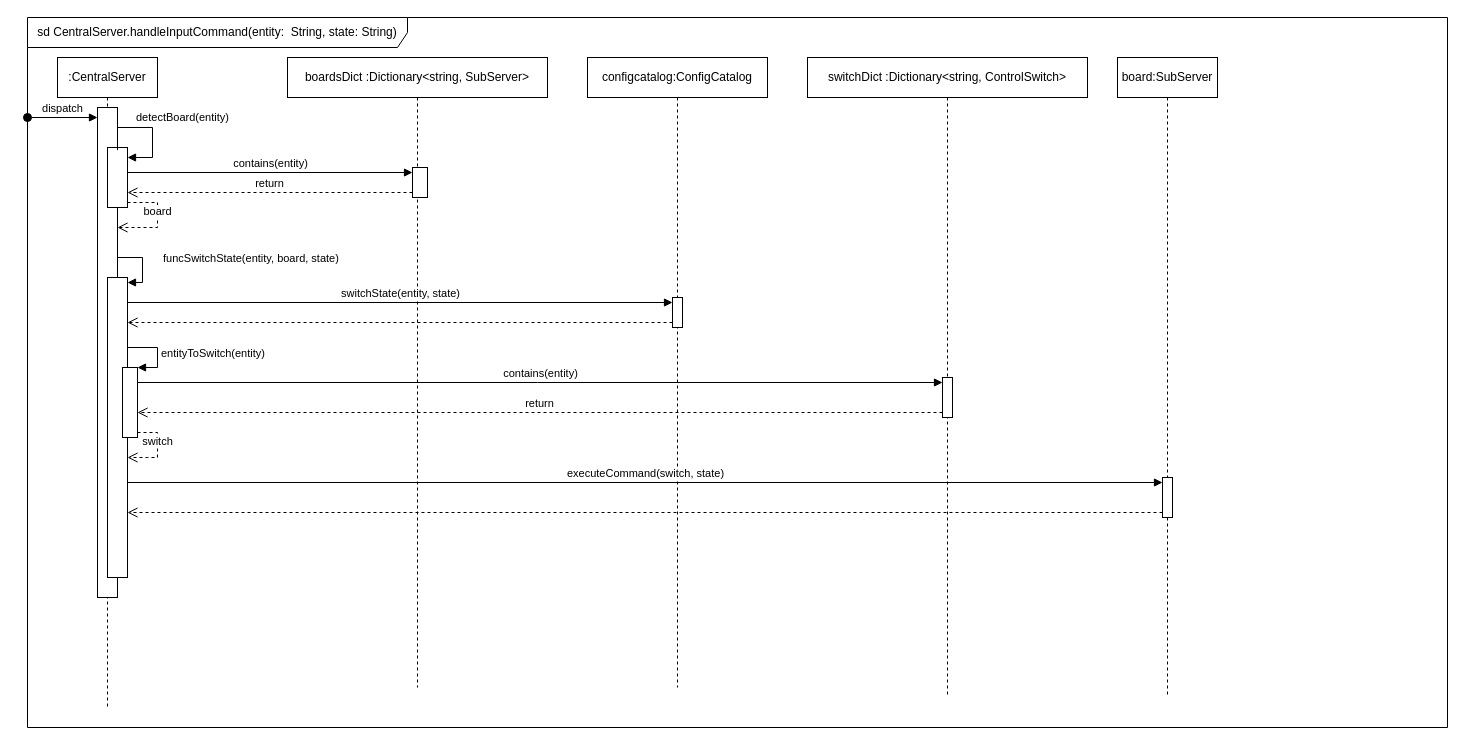
This is LAB2/diagramPosl.drawio from tireks/OOAP, a draw.io file, before an edit. Source tidied: cells renumbered, new cells numbered last; positions are measured from the earlier drawing's top-left corner, leaving out a move shared by most shapes. Both pictures are drawn from the tidied source at 100%, with x=0, y=0 at pixel (27, 17).
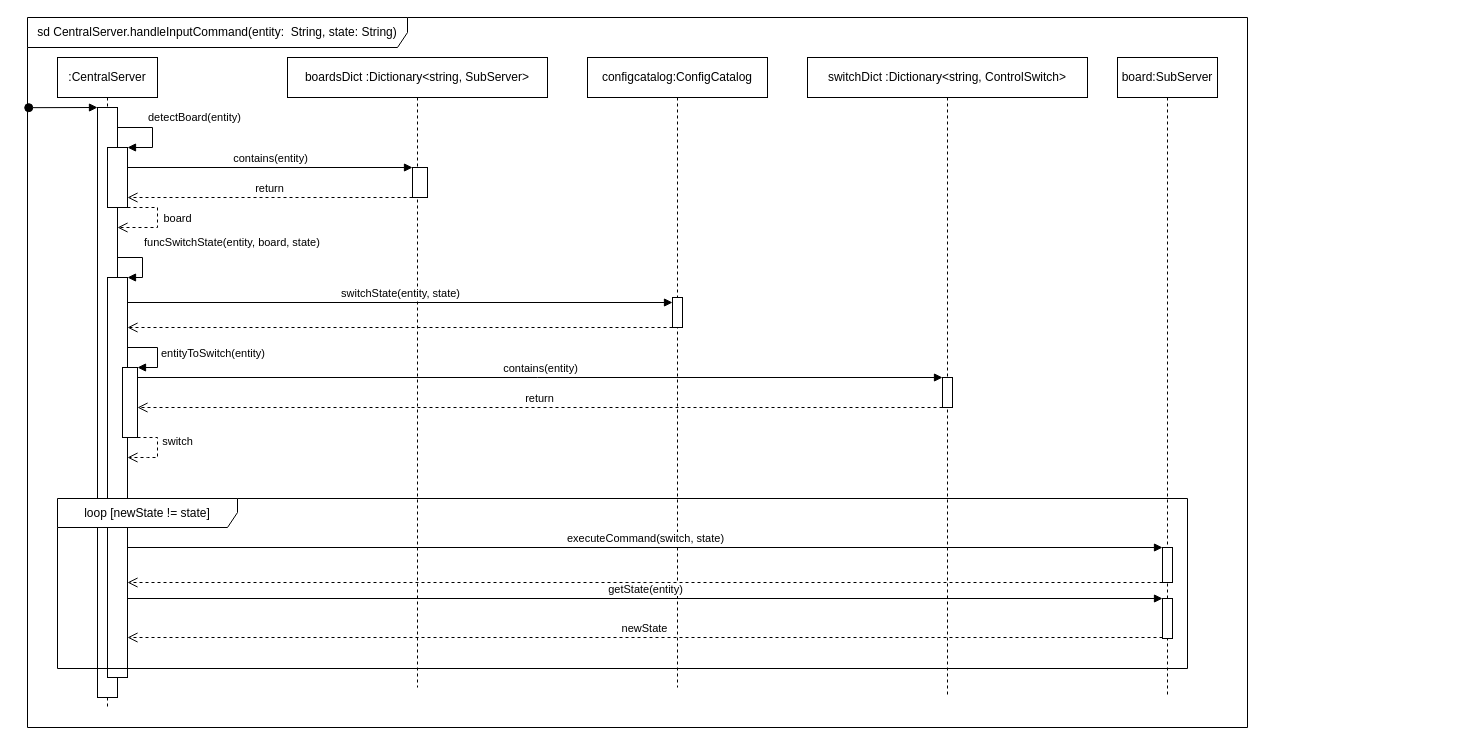
Above is the later version.

The change refers to these unchanged cells:
```xml
<mxCell id="2" value=":CentralServer" style="shape=umlLifeline;perimeter=lifelinePerimeter;whiteSpace=wrap;html=1;newEdgeStyle={&quot;curved&quot;:0,&quot;rounded&quot;:0};" parent="1" vertex="1">
  <mxGeometry x="30" y="40" width="100" height="650" as="geometry" />
</mxCell>
<mxCell id="4" style="html=1;points=[[0,0,0,0,5],[0,1,0,0,-5],[1,0,0,0,5],[1,1,0,0,-5]];perimeter=orthogonalPerimeter;outlineConnect=0;targetShapes=umlLifeline;portConstraint=eastwest;newEdgeStyle={&quot;curved&quot;:0,&quot;rounded&quot;:0};" parent="2" vertex="1">
  <mxGeometry x="50" y="90" width="20" height="60" as="geometry" />
</mxCell>
<mxCell id="12" style="html=1;points=[[0,0,0,0,5],[0,1,0,0,-5],[1,0,0,0,5],[1,1,0,0,-5]];perimeter=orthogonalPerimeter;outlineConnect=0;targetShapes=umlLifeline;portConstraint=eastwest;newEdgeStyle={&quot;curved&quot;:0,&quot;rounded&quot;:0};" parent="11" vertex="1">
  <mxGeometry x="125" y="110" width="15" height="30" as="geometry" />
</mxCell>
<mxCell id="16" style="html=1;points=[[0,0,0,0,5],[0,1,0,0,-5],[1,0,0,0,5],[1,1,0,0,-5]];perimeter=orthogonalPerimeter;outlineConnect=0;targetShapes=umlLifeline;portConstraint=eastwest;newEdgeStyle={&quot;curved&quot;:0,&quot;rounded&quot;:0};" parent="15" vertex="1">
  <mxGeometry x="85" y="240" width="10" height="30" as="geometry" />
</mxCell>
<mxCell id="19" value="switchDict :Dictionary&amp;lt;string, ControlSwitch&amp;gt;" style="shape=umlLifeline;perimeter=lifelinePerimeter;whiteSpace=wrap;html=1;newEdgeStyle={&quot;curved&quot;:0,&quot;rounded&quot;:0};" parent="1" vertex="1">
  <mxGeometry x="780" y="40" width="280" height="640" as="geometry" />
</mxCell>
<mxCell id="23" style="html=1;points=[[0,0,0,0,5],[0,1,0,0,-5],[1,0,0,0,5],[1,1,0,0,-5]];perimeter=orthogonalPerimeter;outlineConnect=0;targetShapes=umlLifeline;portConstraint=eastwest;newEdgeStyle={&quot;curved&quot;:0,&quot;rounded&quot;:0};" parent="1" vertex="1">
  <mxGeometry x="95" y="350" width="15" height="70" as="geometry" />
</mxCell>
<mxCell id="26" value="board:SubServer" style="shape=umlLifeline;perimeter=lifelinePerimeter;whiteSpace=wrap;html=1;newEdgeStyle={&quot;curved&quot;:0,&quot;rounded&quot;:0};" parent="1" vertex="1">
  <mxGeometry x="1090" y="40" width="100" height="640" as="geometry" />
</mxCell>
```

Change to the diagram source:
```diff
@@
     <mxCell id="3" style="html=1;points=[[0,0,0,0,5],[0,1,0,0,-5],[1,0,0,0,5],[1,1,0,0,-5]];perimeter=orthogonalPerimeter;outlineConnect=0;targetShapes=umlLifeline;portConstraint=eastwest;newEdgeStyle={&quot;curved&quot;:0,&quot;rounded&quot;:0};" parent="2" vertex="1">
-      <mxGeometry x="40" y="50" width="20" height="490" as="geometry" />
+      <mxGeometry x="40" y="50" width="20" height="590" as="geometry" />
     </mxCell>
@@
-    <mxCell id="5" value="detectBoard(entity)" style="html=1;align=left;spacingLeft=2;endArrow=block;rounded=0;edgeStyle=orthogonalEdgeStyle;curved=0;rounded=0;exitX=1;exitY=0.087;exitDx=0;exitDy=0;exitPerimeter=0;" parent="2" edge="1" source="3" target="4">
+    <mxCell id="5" value="detectBoard(entity)" style="html=1;align=left;spacingLeft=2;endArrow=block;rounded=0;edgeStyle=orthogonalEdgeStyle;curved=0;rounded=0;" parent="2" edge="1" source="3" target="4">
       <mxGeometry x="-0.33" y="10" relative="1" as="geometry">
         <Array as="points">
           <mxPoint x="95" y="70" />
-          <mxPoint x="95" y="100" />
+          <mxPoint x="95" y="90" />
         </Array>
       </mxGeometry>
     </mxCell>
-    <mxCell id="6" value="board" style="html=1;verticalAlign=bottom;endArrow=open;dashed=1;endSize=8;curved=0;rounded=0;exitX=1;exitY=1;exitDx=0;exitDy=-5;exitPerimeter=0;" parent="2" edge="1" source="4" target="3">
-      <mxGeometry relative="1" as="geometry">
+    <mxCell id="6" value="board" style="html=1;verticalAlign=bottom;endArrow=open;dashed=1;endSize=8;curved=0;rounded=0;" parent="2" edge="1" target="3">
+      <mxGeometry x="0.11" y="-20" relative="1" as="geometry">
+        <mxPoint x="70" y="150" as="sourcePoint" />
         <Array as="points">
-          <mxPoint x="100" y="145" />
+          <mxPoint x="80" y="150" />
+          <mxPoint x="100" y="150" />
           <mxPoint x="100" y="160" />
           <mxPoint x="100" y="170" />
         </Array>
+        <mxPoint x="20" y="20" as="offset" />
       </mxGeometry>
     </mxCell>
     <mxCell id="7" style="html=1;points=[[0,0,0,0,5],[0,1,0,0,-5],[1,0,0,0,5],[1,1,0,0,-5]];perimeter=orthogonalPerimeter;outlineConnect=0;targetShapes=umlLifeline;portConstraint=eastwest;newEdgeStyle={&quot;curved&quot;:0,&quot;rounded&quot;:0};" parent="2" vertex="1">
-      <mxGeometry x="50" y="220" width="20" height="300" as="geometry" />
+      <mxGeometry x="50" y="220" width="20" height="400" as="geometry" />
     </mxCell>
-    <mxCell id="8" value="funcSwitchState(entity, board, state)" style="html=1;align=left;spacingLeft=2;endArrow=block;rounded=0;edgeStyle=orthogonalEdgeStyle;curved=0;rounded=0;entryX=1;entryY=0;entryDx=0;entryDy=5;entryPerimeter=0;" parent="2" edge="1" source="3" target="7">
-      <mxGeometry x="-0.23" y="11" relative="1" as="geometry">
+    <mxCell id="8" value="funcSwitchState(entity, board, state)" style="html=1;align=left;spacingLeft=2;endArrow=block;rounded=0;edgeStyle=orthogonalEdgeStyle;curved=0;rounded=0;" parent="2" edge="1" source="3">
+      <mxGeometry x="-0.23" y="15" relative="1" as="geometry">
+        <mxPoint x="70" y="220" as="targetPoint" />
         <Array as="points">
           <mxPoint x="85" y="200" />
-          <mxPoint x="85" y="225" />
+          <mxPoint x="85" y="220" />
+          <mxPoint x="70" y="220" />
         </Array>
-        <mxPoint x="6" y="1" as="offset" />
       </mxGeometry>
     </mxCell>
-    <mxCell id="9" value="dispatch" style="html=1;verticalAlign=bottom;startArrow=oval;startFill=1;endArrow=block;startSize=8;curved=0;rounded=0;entryX=0;entryY=0;entryDx=0;entryDy=5;entryPerimeter=0;" parent="1" edge="1">
+    <mxCell id="9" style="html=1;verticalAlign=bottom;startArrow=oval;startFill=1;endArrow=block;startSize=8;curved=0;rounded=0;exitX=0.001;exitY=0.127;exitDx=0;exitDy=0;exitPerimeter=0;" parent="1" edge="1" source="10">
       <mxGeometry relative="1" as="geometry">
-        <mxPoint y="100" as="sourcePoint" />
-        <mxPoint x="70" y="100" as="targetPoint" />
+        <mxPoint x="70" y="90" as="targetPoint" />
       </mxGeometry>
     </mxCell>
     <mxCell id="10" value="sd CentralServer.handleInputCommand(entity:&amp;nbsp; String, state: String)" style="shape=umlFrame;whiteSpace=wrap;html=1;width=380;height=30;" parent="1" vertex="1">
-      <mxGeometry width="1420" height="710" as="geometry" />
+      <mxGeometry width="1220" height="710" as="geometry" />
     </mxCell>
@@
-    <mxCell id="13" value="return" style="html=1;verticalAlign=bottom;endArrow=open;dashed=1;endSize=8;curved=0;rounded=0;exitX=0;exitY=1;exitDx=0;exitDy=-5;" parent="1" edge="1" source="12" target="4">
-      <mxGeometry relative="1" as="geometry" />
+    <mxCell id="13" value="return" style="html=1;verticalAlign=bottom;endArrow=open;dashed=1;endSize=8;curved=0;rounded=0;" parent="1" edge="1">
+      <mxGeometry relative="1" as="geometry">
+        <mxPoint x="385" y="180" as="sourcePoint" />
+        <mxPoint x="100" y="180" as="targetPoint" />
+      </mxGeometry>
     </mxCell>
-    <mxCell id="14" value="contains(entity)" style="html=1;verticalAlign=bottom;endArrow=block;curved=0;rounded=0;entryX=0;entryY=0;entryDx=0;entryDy=5;" parent="1" edge="1" source="4" target="12">
-      <mxGeometry relative="1" as="geometry" />
+    <mxCell id="14" value="contains(entity)" style="html=1;verticalAlign=bottom;endArrow=block;curved=0;rounded=0;" parent="1" edge="1">
+      <mxGeometry relative="1" as="geometry">
+        <mxPoint x="100" y="150" as="sourcePoint" />
+        <mxPoint x="385" y="150" as="targetPoint" />
+      </mxGeometry>
     </mxCell>
@@
-    <mxCell id="18" style="html=1;verticalAlign=bottom;endArrow=open;dashed=1;endSize=8;curved=0;rounded=0;exitX=0;exitY=1;exitDx=0;exitDy=-5;" parent="1" edge="1" source="16" target="7">
-      <mxGeometry relative="1" as="geometry" />
+    <mxCell id="18" style="html=1;verticalAlign=bottom;endArrow=open;dashed=1;endSize=8;curved=0;rounded=0;" parent="1" edge="1">
+      <mxGeometry relative="1" as="geometry">
+        <mxPoint x="645" y="310" as="sourcePoint" />
+        <mxPoint x="100" y="310" as="targetPoint" />
+      </mxGeometry>
     </mxCell>
@@
     <mxCell id="20" style="html=1;points=[[0,0,0,0,5],[0,1,0,0,-5],[1,0,0,0,5],[1,1,0,0,-5]];perimeter=orthogonalPerimeter;outlineConnect=0;targetShapes=umlLifeline;portConstraint=eastwest;newEdgeStyle={&quot;curved&quot;:0,&quot;rounded&quot;:0};" parent="19" vertex="1">
-      <mxGeometry x="135" y="320" width="10" height="40" as="geometry" />
+      <mxGeometry x="135" y="320" width="10" height="30" as="geometry" />
     </mxCell>
-    <mxCell id="21" value="contains(entity)" style="html=1;verticalAlign=bottom;endArrow=block;curved=0;rounded=0;entryX=0;entryY=0;entryDx=0;entryDy=5;entryPerimeter=0;" parent="1" edge="1" source="23" target="20">
+    <mxCell id="21" value="contains(entity)" style="html=1;verticalAlign=bottom;endArrow=block;curved=0;rounded=0;entryX=0;entryY=0;entryDx=0;entryDy=0;entryPerimeter=0;" parent="1" edge="1" source="23" target="20">
       <mxGeometry relative="1" as="geometry">
         <Array as="points">
-          <mxPoint x="510" y="365" />
+          <mxPoint x="510" y="360" />
         </Array>
       </mxGeometry>
     </mxCell>
-    <mxCell id="22" value="return" style="html=1;verticalAlign=bottom;endArrow=open;dashed=1;endSize=8;curved=0;rounded=0;exitX=0;exitY=1;exitDx=0;exitDy=-5;" parent="1" edge="1" source="20" target="23">
-      <mxGeometry relative="1" as="geometry" />
+    <mxCell id="22" value="return" style="html=1;verticalAlign=bottom;endArrow=open;dashed=1;endSize=8;curved=0;rounded=0;" parent="1" edge="1">
+      <mxGeometry relative="1" as="geometry">
+        <mxPoint x="915" y="390" as="sourcePoint" />
+        <mxPoint x="110" y="390" as="targetPoint" />
+      </mxGeometry>
     </mxCell>
@@
-    <mxCell id="25" value="switch" style="html=1;verticalAlign=bottom;endArrow=open;dashed=1;endSize=8;curved=0;rounded=0;exitX=1;exitY=1;exitDx=0;exitDy=-5;exitPerimeter=0;" parent="1" edge="1" source="23" target="7">
-      <mxGeometry relative="1" as="geometry">
+    <mxCell id="25" value="switch" style="html=1;verticalAlign=bottom;endArrow=open;dashed=1;endSize=8;curved=0;rounded=0;" parent="1" edge="1" source="23" target="7">
+      <mxGeometry x="-0.07" y="20" relative="1" as="geometry">
         <Array as="points">
-          <mxPoint x="130" y="415" />
+          <mxPoint x="120" y="420" />
+          <mxPoint x="130" y="420" />
           <mxPoint x="130" y="440" />
           <mxPoint x="120" y="440" />
         </Array>
       </mxGeometry>
     </mxCell>
@@
     <mxCell id="27" style="html=1;points=[[0,0,0,0,5],[0,1,0,0,-5],[1,0,0,0,5],[1,1,0,0,-5]];perimeter=orthogonalPerimeter;outlineConnect=0;targetShapes=umlLifeline;portConstraint=eastwest;newEdgeStyle={&quot;curved&quot;:0,&quot;rounded&quot;:0};" parent="26" vertex="1">
-      <mxGeometry x="45" y="420" width="10" height="40" as="geometry" />
+      <mxGeometry x="45" y="490" width="10" height="35" as="geometry" />
     </mxCell>
+    <mxCell id="30" style="html=1;points=[[0,0,0,0,5],[0,1,0,0,-5],[1,0,0,0,5],[1,1,0,0,-5]];perimeter=orthogonalPerimeter;outlineConnect=0;targetShapes=umlLifeline;portConstraint=eastwest;newEdgeStyle={&quot;curved&quot;:0,&quot;rounded&quot;:0};" parent="26" vertex="1">
+      <mxGeometry x="45" y="541" width="10" height="40" as="geometry" />
+    </mxCell>
-    <mxCell id="28" style="html=1;verticalAlign=bottom;endArrow=open;dashed=1;endSize=8;curved=0;rounded=0;exitX=0;exitY=1;exitDx=0;exitDy=-5;" parent="1" edge="1" source="27" target="7">
-      <mxGeometry relative="1" as="geometry" />
+    <mxCell id="28" style="html=1;verticalAlign=bottom;endArrow=open;dashed=1;endSize=8;curved=0;rounded=0;" parent="1" edge="1">
+      <mxGeometry relative="1" as="geometry">
+        <mxPoint x="1135" y="565" as="sourcePoint" />
+        <mxPoint x="100" y="565" as="targetPoint" />
+      </mxGeometry>
     </mxCell>
-    <mxCell id="29" value="executeCommand(switch, state)" style="html=1;verticalAlign=bottom;endArrow=block;curved=0;rounded=0;entryX=0;entryY=0;entryDx=0;entryDy=5;" parent="1" edge="1" source="7" target="27">
-      <mxGeometry relative="1" as="geometry" />
+    <mxCell id="29" value="executeCommand(switch, state)" style="html=1;verticalAlign=bottom;endArrow=block;curved=0;rounded=0;" parent="1" edge="1" target="27">
+      <mxGeometry relative="1" as="geometry">
+        <mxPoint x="100" y="530" as="sourcePoint" />
+      </mxGeometry>
     </mxCell>
+    <mxCell id="31" value="loop [newState != state]" style="shape=umlFrame;whiteSpace=wrap;html=1;width=180;height=29;" parent="1" vertex="1">
+      <mxGeometry x="30" y="481" width="1130" height="170" as="geometry" />
+    </mxCell>
+    <mxCell id="32" value="getState(entity)" style="html=1;verticalAlign=bottom;endArrow=block;curved=0;rounded=0;" parent="1" edge="1" source="7" target="30">
+      <mxGeometry relative="1" as="geometry" />
+    </mxCell>
+    <mxCell id="33" value="newState" style="html=1;verticalAlign=bottom;endArrow=open;dashed=1;endSize=8;curved=0;rounded=0;" parent="1" edge="1">
+      <mxGeometry relative="1" as="geometry">
+        <mxPoint x="1135" y="620" as="sourcePoint" />
+        <mxPoint x="100" y="620" as="targetPoint" />
+      </mxGeometry>
+    </mxCell>
```
